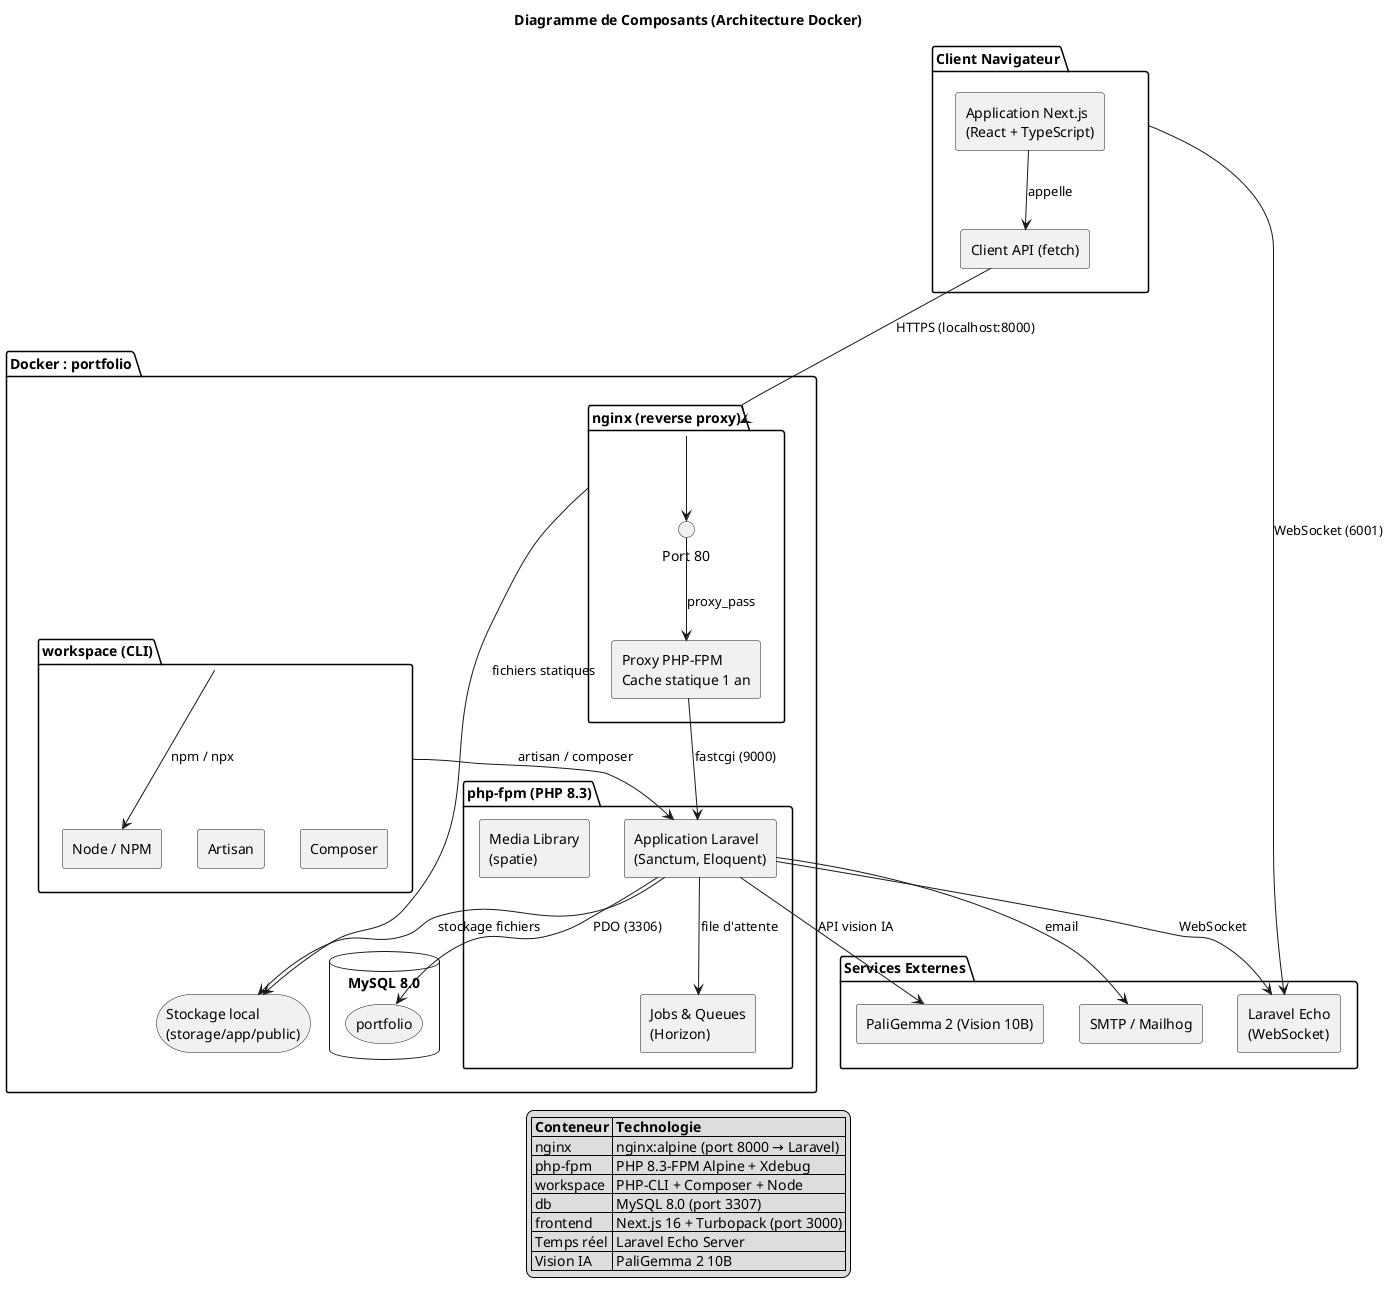
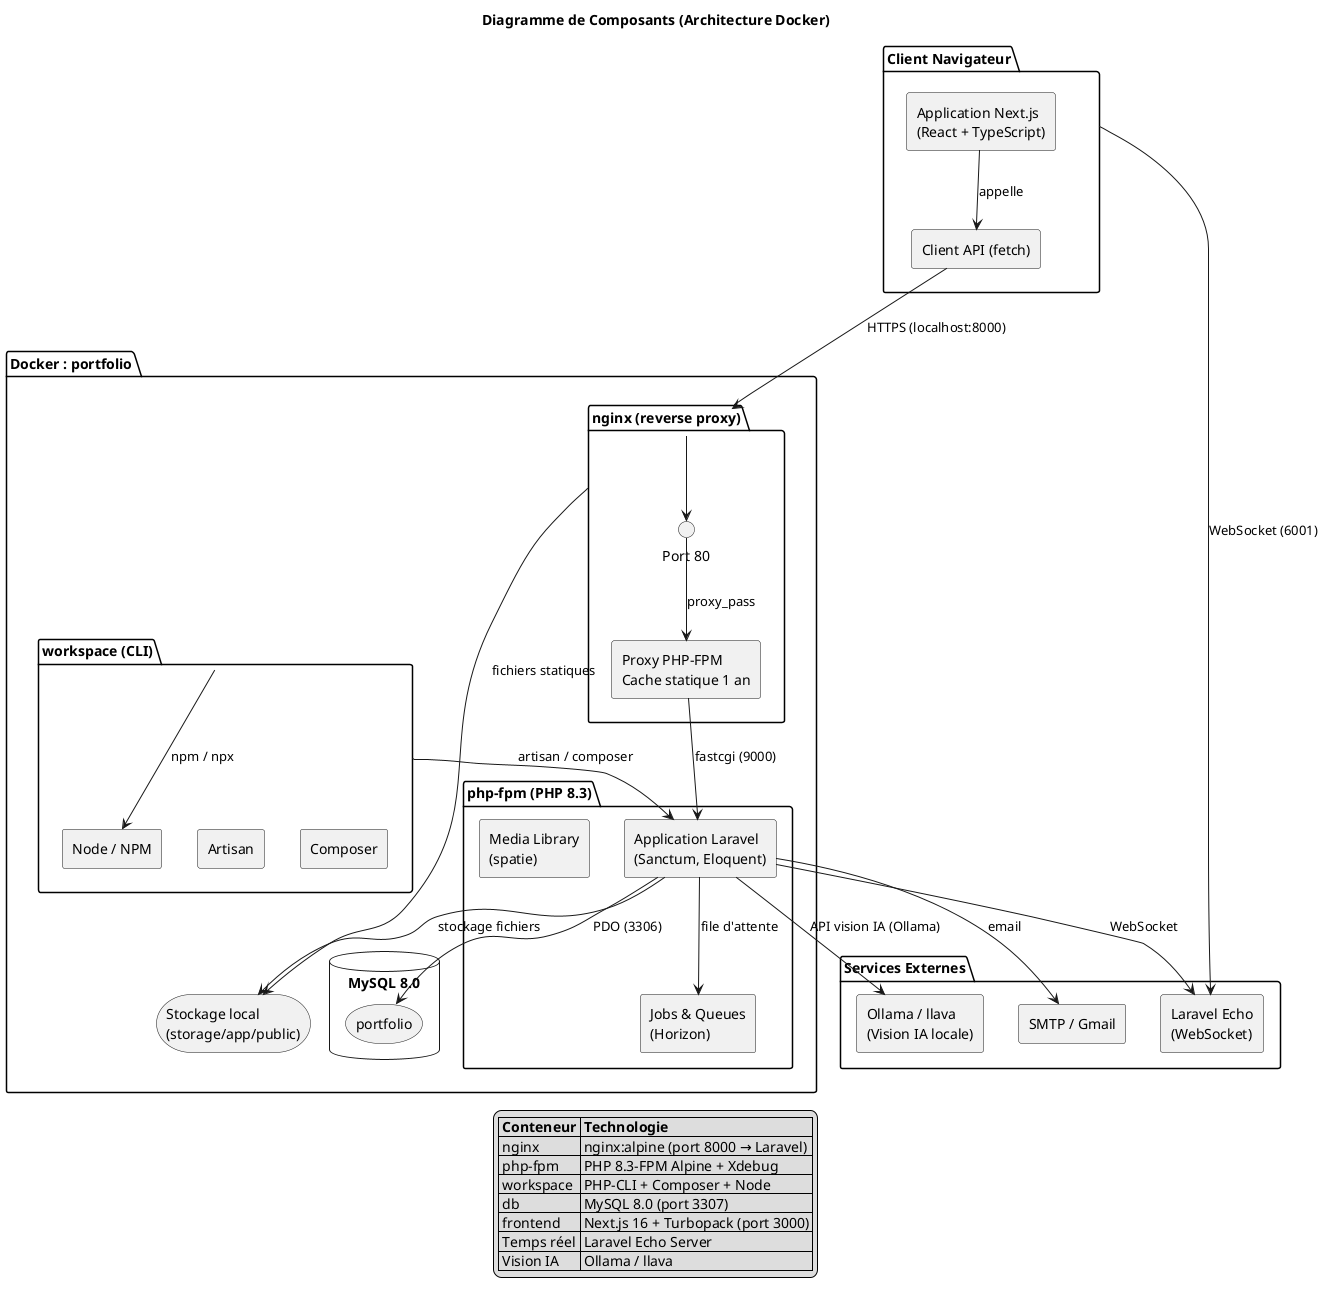
@startuml
title Diagramme de Composants (Architecture Docker)

skinparam componentStyle rectangle

package "Client Navigateur" as Browser {
  [Application Next.js\n(React + TypeScript)] as NextApp
  [Client API (fetch)] as ClientAPI
}

package "Docker : portfolio" as Docker {
  package "nginx (reverse proxy)" as Nginx {
    () "Port 80" as Port80
    [Proxy PHP-FPM\nCache statique 1 an] as Proxy
  }

  package "php-fpm (PHP 8.3)" as PHP {
    [Application Laravel\n(Sanctum, Eloquent)] as Laravel
    [Jobs & Queues\n(Horizon)] as Jobs
    [Media Library\n(spatie)] as MediaLib
  }

  package "workspace (CLI)" as Workspace {
    [Composer] as Composer
    [Artisan] as Artisan
    [Node / NPM] as Node
  }

  database "MySQL 8.0" as DB {
    storage "portfolio" as MySQL
  }

  storage "Stockage local\n(storage/app/public)" as Storage
}

package "Services Externes" as Ext {
-   [SMTP / Mailhog] as Mail
-   [PaliGemma 2 (Vision 10B)] as PaliGemma
+   [SMTP / Gmail] as Mail
+   [Ollama / llava\n(Vision IA locale)] as Ollama
  [Laravel Echo\n(WebSocket)] as Echo
}

' === Communications ===
NextApp --> ClientAPI : appelle
ClientAPI --> Nginx : HTTPS (localhost:8000)
Nginx --> Port80
Port80 --> Proxy : proxy_pass
Proxy --> Laravel : fastcgi (9000)
Nginx --> Storage : fichiers statiques

Laravel --> MySQL : PDO (3306)
Laravel --> Storage : stockage fichiers
Laravel --> Jobs : file d'attente
Laravel --> Mail : email
- Laravel --> PaliGemma : API vision IA
+ Laravel --> Ollama : API vision IA (Ollama)
Laravel --> Echo : WebSocket

Workspace --> Laravel : artisan / composer
Workspace --> Node : npm / npx

Browser --> Echo : WebSocket (6001)

legend bottom
  |= Conteneur |= Technologie |
  | nginx | nginx:alpine (port 8000 → Laravel) |
  | php-fpm | PHP 8.3-FPM Alpine + Xdebug |
  | workspace | PHP-CLI + Composer + Node |
  | db | MySQL 8.0 (port 3307) |
  | frontend | Next.js 16 + Turbopack (port 3000) |
  | Temps réel | Laravel Echo Server |
-   | Vision IA | PaliGemma 2 10B |
+   | Vision IA | Ollama / llava |
end legend

@enduml
